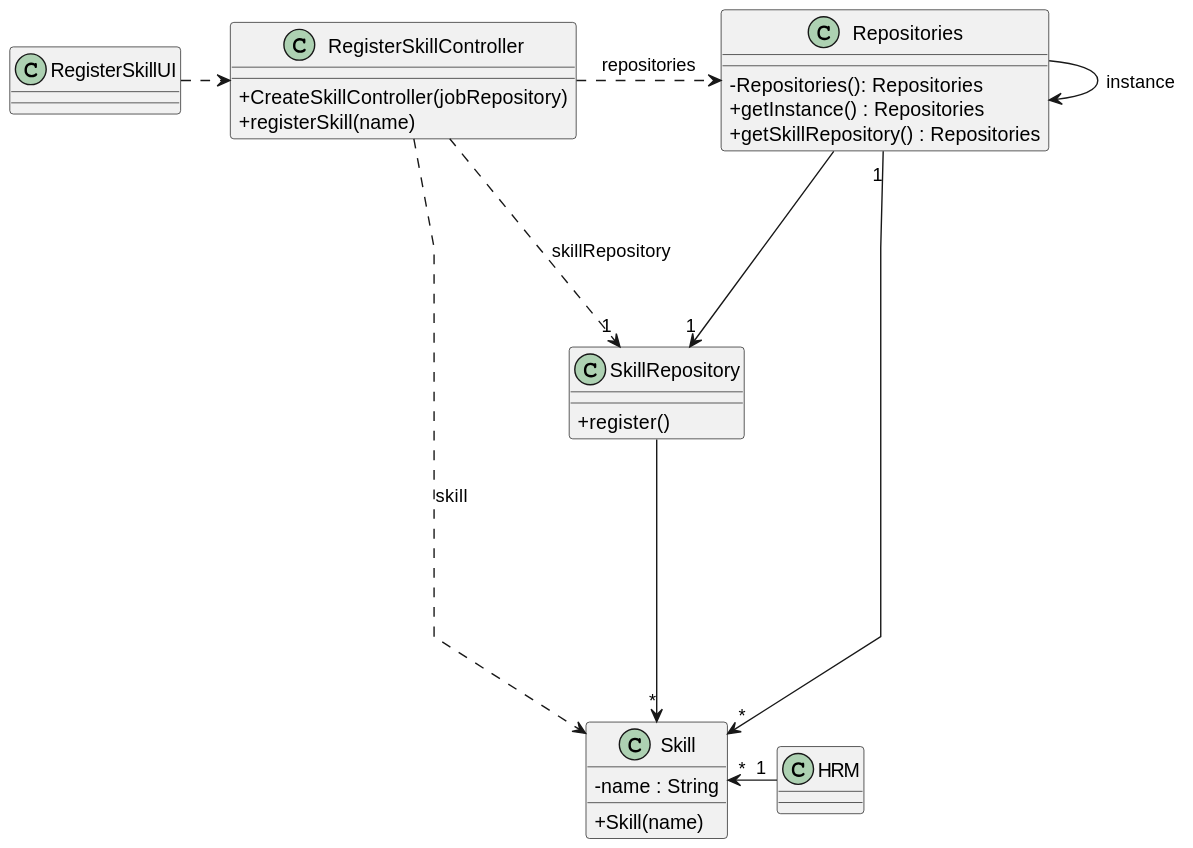
The PlantUML diagram docs/sprintB/us001/03.design/svg/us001-class-diagram.svg in Departamento-de-Engenharia-Informatica/lei-24-s2-1dkl-g134, before a commit. Source of this version:
```plantuml
@startuml
skinparam packageStyle rectangle
skinparam shadowing false
skinparam linetype polyline

skinparam classAttributeIconSize 0


class RegisterSkillUI{
}


class RegisterSkillController{
   +CreateSkillController(jobRepository)
   +registerSkill(name)
 }

class Repositories {
    - Repositories(): Repositories
    + getInstance() : Repositories
    + getSkillRepository() : Repositories
}


class SkillRepository {
    + register()
}

class Skill{
    -name : String
    +Skill(name)
}

class HRM{
}

RegisterSkillUI .> RegisterSkillController
RegisterSkillController ...r> Repositories : repositories
Repositories ---> "1" SkillRepository
Repositories -> Repositories : instance
Repositories "1" --> "*" Skill

SkillRepository --> "*" Skill
HRM "1" -l-> "*" Skill
RegisterSkillController ......>  Skill : skill
RegisterSkillController ...> "1" SkillRepository : skillRepository
@enduml
```
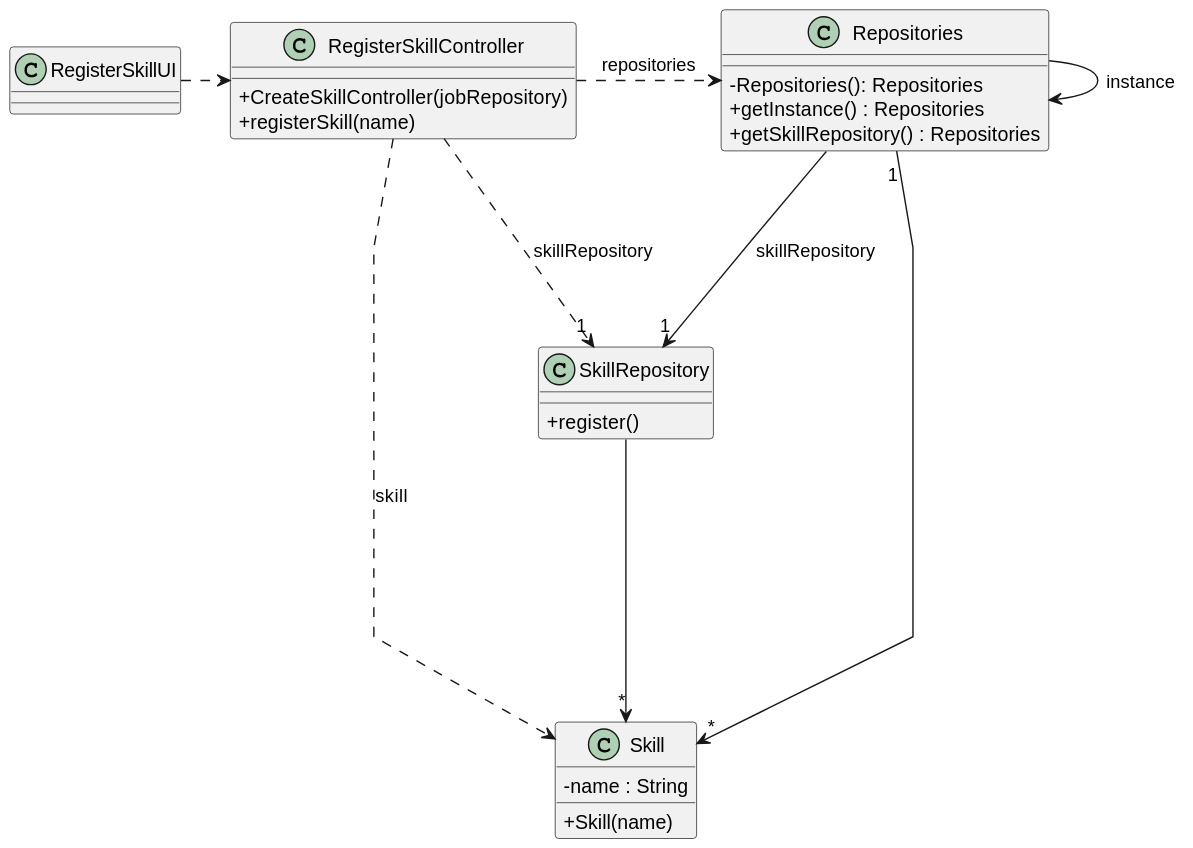
After the change.

The edit, as a diff of the source:
```diff
@@ -31,17 +31,13 @@
     +Skill(name)
 }
 
-class HRM{
-}
-
 RegisterSkillUI .> RegisterSkillController
 RegisterSkillController ...r> Repositories : repositories
-Repositories ---> "1" SkillRepository
+Repositories ---> "1" SkillRepository : skillRepository
 Repositories -> Repositories : instance
 Repositories "1" --> "*" Skill
 
 SkillRepository --> "*" Skill
-HRM "1" -l-> "*" Skill
 RegisterSkillController ......>  Skill : skill
 RegisterSkillController ...> "1" SkillRepository : skillRepository
 @enduml
```
